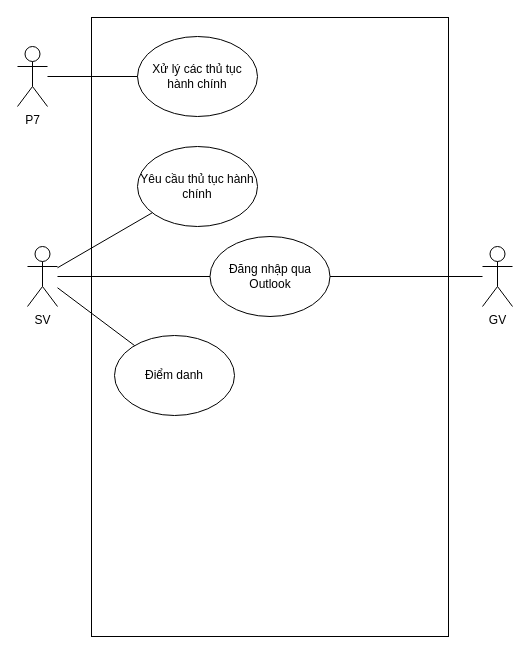
This is docs/diagram.drawio from realShinchoku/DDHC, a draw.io file, before an edit. Source tidied: cells renumbered, new cells numbered last; positions are measured from the earlier drawing's top-left corner, leaving out a move shared by most shapes. Both pictures are drawn from the tidied source at 100%, with x=0, y=0 at pixel (17, 17).
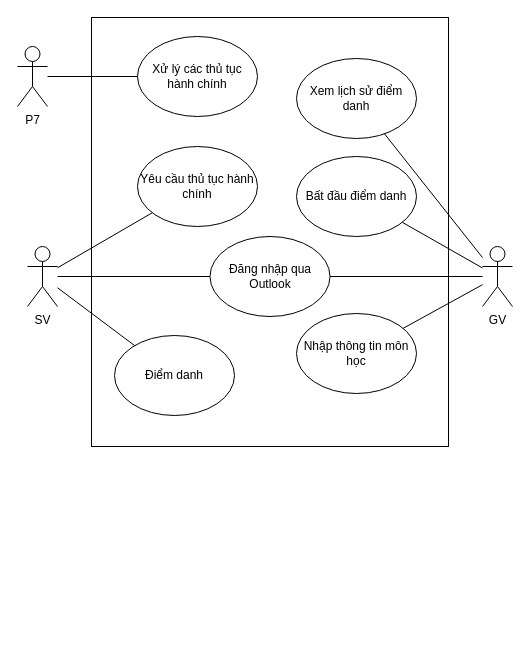
The same page after the edit.

Unchanged cells that the change refers to:
```xml
<mxCell id="4" value="GV" style="shape=umlActor;verticalLabelPosition=bottom;verticalAlign=top;html=1;outlineConnect=0;" parent="1" vertex="1">
  <mxGeometry x="465" y="229" width="30" height="60" as="geometry" />
</mxCell>
```

Diff of the diagram source:
```diff
@@
     <mxCell id="2" style="rounded=0;whiteSpace=wrap;html=1;" parent="1" vertex="1">
-      <mxGeometry x="74" width="357" height="619" as="geometry" />
+      <mxGeometry x="74" width="357" height="429" as="geometry" />
     </mxCell>
@@
+    <mxCell id="15" value="Nhập thông tin môn học" style="ellipse;whiteSpace=wrap;html=1;" parent="1" vertex="1">
+      <mxGeometry x="279" y="296" width="120" height="80" as="geometry" />
+    </mxCell>
+    <mxCell id="16" value="Xem lịch sử điểm danh" style="ellipse;whiteSpace=wrap;html=1;" parent="1" vertex="1">
+      <mxGeometry x="279" y="41" width="120" height="80" as="geometry" />
+    </mxCell>
+    <mxCell id="17" value="Bất đầu điểm danh" style="ellipse;whiteSpace=wrap;html=1;" parent="1" vertex="1">
+      <mxGeometry x="279" y="139" width="120" height="80" as="geometry" />
+    </mxCell>
+    <mxCell id="18" style="endArrow=none;html=1;rounded=0;" parent="1" edge="1" source="15" target="4">
+      <mxGeometry relative="1" as="geometry" />
+    </mxCell>
+    <mxCell id="19" style="endArrow=none;html=1;rounded=0;" parent="1" edge="1" source="17" target="4">
+      <mxGeometry relative="1" as="geometry" />
+    </mxCell>
+    <mxCell id="20" style="endArrow=none;html=1;rounded=0;" parent="1" edge="1" source="16" target="4">
+      <mxGeometry relative="1" as="geometry" />
+    </mxCell>
```
